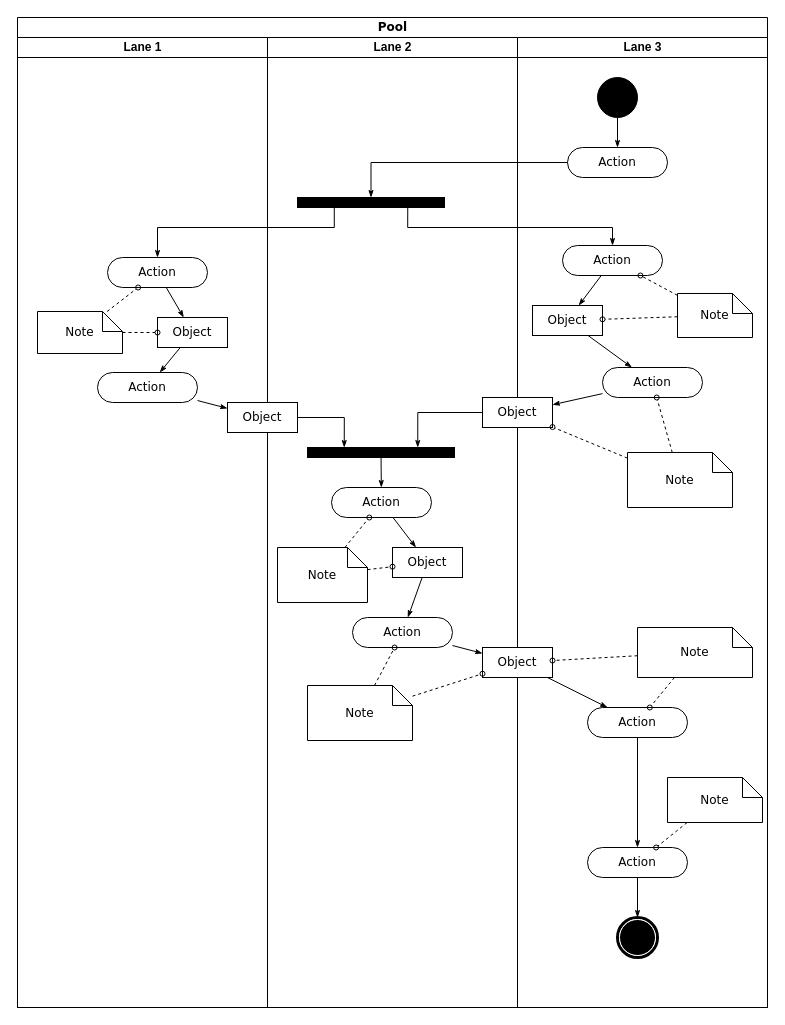
This is Untitled Diagram.drawio from muruvetri/TestingDrawIO, a draw.io file, before an edit. Source tidied: cells renumbered, new cells numbered last; positions are measured from the earlier drawing's top-left corner, leaving out a move shared by most shapes. Both pictures are drawn from the tidied source at 100%, with x=0, y=0 at pixel (17, 17).
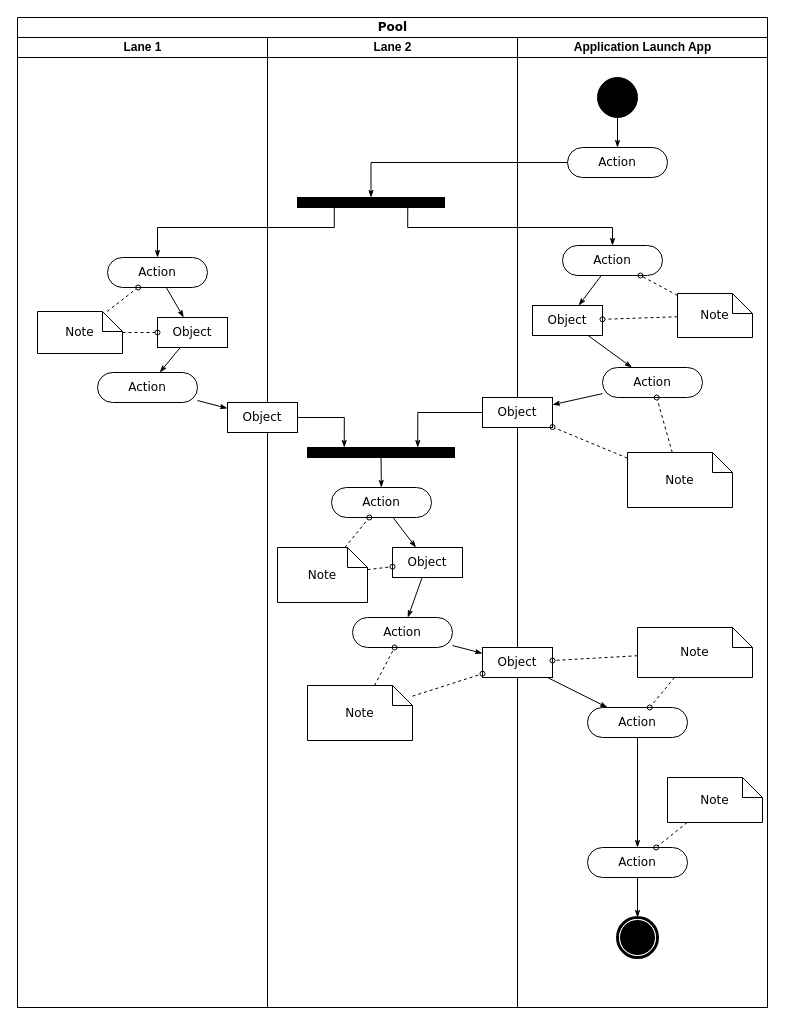
The same diagram, later.

Unchanged cells that the change refers to:
```xml
<mxCell id="2" value="Pool" style="swimlane;html=1;startSize=20;rounded=0;shadow=0;comic=0;labelBackgroundColor=none;strokeWidth=1;fontFamily=Verdana;fontSize=12;align=center;" parent="1" vertex="1">
  <mxGeometry width="750" height="990" as="geometry" />
</mxCell>
```

Change to the diagram source:
```diff
@@
-    <mxCell id="28" value="Lane 3" style="swimlane;html=1;startSize=20;" parent="2" vertex="1">
+    <mxCell id="28" value="Application Launch App" style="swimlane;html=1;startSize=20;" parent="2" vertex="1">
       <mxGeometry x="500" y="20" width="250" height="970" as="geometry" />
     </mxCell>
```
